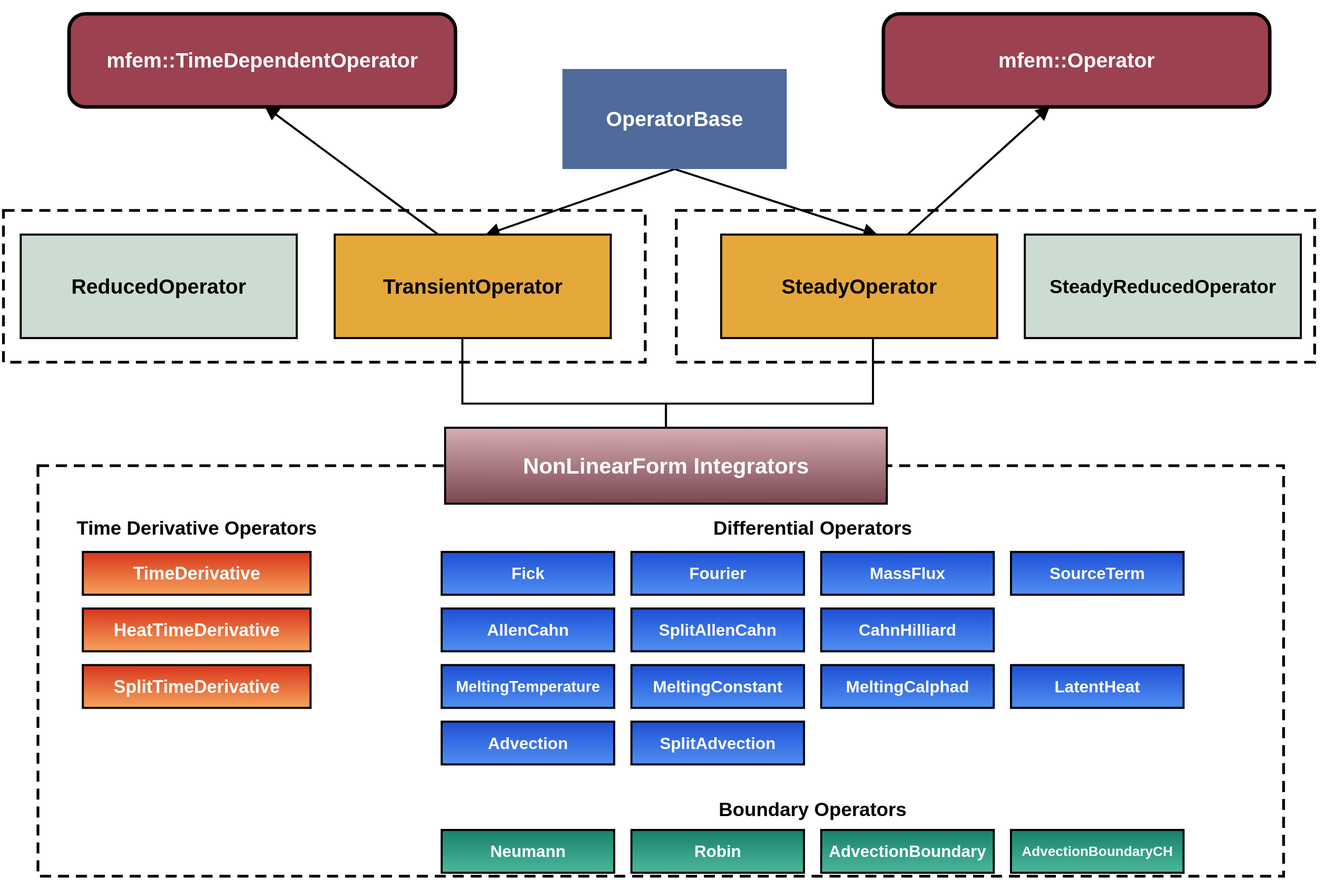
Collab4Sloth/Documentation keeps this draw.io diagram as doc/docs/img/SpecificSlothOperators.drawio.svg. Above is the earlier version. Source tidied: cells renumbered, new cells last; positions are measured from the earlier drawing's top-left corner, leaving out a move shared by most shapes. The source it was exported from:
```xml
<mxGraphModel>
  <root>
    <mxCell id="0" />
    <mxCell id="1" parent="0" />
    <mxCell id="2" style="rounded=0;whiteSpace=wrap;html=1;fillColor=none;dashed=1;dashPattern=4 2.5;strokeWidth=4;" parent="1" vertex="1">
      <mxGeometry y="285" width="930" height="220" as="geometry" />
    </mxCell>
    <mxCell id="3" style="rounded=0;whiteSpace=wrap;html=1;fillColor=none;dashed=1;dashPattern=4 2.5;strokeWidth=4;" parent="1" vertex="1">
      <mxGeometry x="975" y="285" width="925" height="220" as="geometry" />
    </mxCell>
    <mxCell id="4" style="rounded=0;whiteSpace=wrap;html=1;fillColor=none;dashed=1;dashPattern=4 2.5;strokeWidth=4;" parent="1" vertex="1">
      <mxGeometry x="50" y="655" width="1805" height="595" as="geometry" />
    </mxCell>
    <mxCell id="5" value="mfem::TimeDependentOperator" style="rounded=1;arcSize=18;whiteSpace=wrap;html=1;fillColor=#9b4150;strokeColor=#000000;strokeWidth=5;fontColor=#ffffff;fontStyle=1;fontSize=30;fontFamily=Helvetica;" parent="1" vertex="1">
      <mxGeometry x="95" width="560" height="135" as="geometry" />
    </mxCell>
    <mxCell id="6" value="OperatorBase" style="rounded=0;arcSize=18;whiteSpace=wrap;html=1;fillColor=#4f6a9b;strokeColor=none;strokeWidth=0;fontColor=#ffffff;fontStyle=1;fontSize=30;fontFamily=Helvetica;" parent="1" vertex="1">
      <mxGeometry x="810" y="80" width="325" height="145" as="geometry" />
    </mxCell>
    <mxCell id="7" value="mfem::Operator" style="rounded=1;arcSize=18;whiteSpace=wrap;html=1;fillColor=#9b4150;strokeColor=#000000;strokeWidth=5;fontColor=#ffffff;fontStyle=1;fontSize=30;fontFamily=Helvetica;" parent="1" vertex="1">
      <mxGeometry x="1275" width="560" height="135" as="geometry" />
    </mxCell>
    <mxCell id="8" value="ReducedOperator" style="rounded=0;arcSize=18;whiteSpace=wrap;html=1;fillColor=#cddcd2;strokeColor=#000000;strokeWidth=3;fontColor=#000000;fontStyle=1;fontSize=30;fontFamily=Helvetica;" parent="1" vertex="1">
      <mxGeometry x="25" y="320" width="400" height="150" as="geometry" />
    </mxCell>
    <mxCell id="9" value="TransientOperator" style="rounded=0;arcSize=18;whiteSpace=wrap;html=1;fillColor=#e5a83b;strokeColor=#000000;strokeWidth=3;fontColor=#000000;fontStyle=1;fontSize=30;fontFamily=Helvetica;" parent="1" vertex="1">
      <mxGeometry x="480" y="320" width="400" height="150" as="geometry" />
    </mxCell>
    <mxCell id="10" value="SteadyOperator" style="rounded=0;arcSize=18;whiteSpace=wrap;html=1;fillColor=#e5a83b;strokeColor=#000000;strokeWidth=3;fontColor=#000000;fontStyle=1;fontSize=30;fontFamily=Helvetica;" parent="1" vertex="1">
      <mxGeometry x="1040" y="320" width="400" height="150" as="geometry" />
    </mxCell>
    <mxCell id="11" value="SteadyReducedOperator" style="rounded=0;arcSize=18;whiteSpace=wrap;html=1;fillColor=#cddcd2;strokeColor=#000000;strokeWidth=3;fontColor=#000000;fontStyle=1;fontSize=28;fontFamily=Helvetica;" parent="1" vertex="1">
      <mxGeometry x="1480" y="320" width="400" height="150" as="geometry" />
    </mxCell>
    <mxCell id="12" value="NonLinearForm Integrators" style="rounded=0;arcSize=18;whiteSpace=wrap;html=1;fillColor=#d7adb4;strokeColor=#000000;strokeWidth=3;fontColor=#ffffff;fontStyle=1;fontSize=32;fontFamily=Helvetica;gradientColor=#7a4650;gradientDirection=south;" parent="1" vertex="1">
      <mxGeometry x="640" y="600" width="640" height="110" as="geometry" />
    </mxCell>
    <mxCell id="13" value="TimeDerivative" style="rounded=0;arcSize=18;whiteSpace=wrap;html=1;fillColor=#d8361c;strokeColor=#000000;strokeWidth=3;fontColor=#ffffff;fontStyle=1;fontSize=26;fontFamily=Helvetica;gradientColor=#f6a35b;gradientDirection=south;" parent="1" vertex="1">
      <mxGeometry x="115" y="780" width="330" height="62" as="geometry" />
    </mxCell>
    <mxCell id="14" value="HeatTimeDerivative" style="rounded=0;arcSize=18;whiteSpace=wrap;html=1;fillColor=#d8361c;strokeColor=#000000;strokeWidth=3;fontColor=#ffffff;fontStyle=1;fontSize=26;fontFamily=Helvetica;gradientColor=#f6a35b;gradientDirection=south;" parent="1" vertex="1">
      <mxGeometry x="115" y="862" width="330" height="62" as="geometry" />
    </mxCell>
    <mxCell id="15" value="SplitTimeDerivative" style="rounded=0;arcSize=18;whiteSpace=wrap;html=1;fillColor=#d8361c;strokeColor=#000000;strokeWidth=3;fontColor=#ffffff;fontStyle=1;fontSize=26;fontFamily=Helvetica;gradientColor=#f6a35b;gradientDirection=south;" parent="1" vertex="1">
      <mxGeometry x="115" y="944" width="330" height="62" as="geometry" />
    </mxCell>
    <mxCell id="16" value="Fick" style="rounded=0;arcSize=18;whiteSpace=wrap;html=1;fillColor=#1f4fd6;strokeColor=#000000;strokeWidth=3;fontColor=#ffffff;fontStyle=1;fontSize=24;fontFamily=Helvetica;gradientColor=#4f90f2;gradientDirection=south;" parent="1" vertex="1">
      <mxGeometry x="635" y="780" width="250" height="62" as="geometry" />
    </mxCell>
    <mxCell id="17" value="Fourier" style="rounded=0;arcSize=18;whiteSpace=wrap;html=1;fillColor=#1f4fd6;strokeColor=#000000;strokeWidth=3;fontColor=#ffffff;fontStyle=1;fontSize=24;fontFamily=Helvetica;gradientColor=#4f90f2;gradientDirection=south;" parent="1" vertex="1">
      <mxGeometry x="910" y="780" width="250" height="62" as="geometry" />
    </mxCell>
    <mxCell id="18" value="MassFlux" style="rounded=0;arcSize=18;whiteSpace=wrap;html=1;fillColor=#1f4fd6;strokeColor=#000000;strokeWidth=3;fontColor=#ffffff;fontStyle=1;fontSize=24;fontFamily=Helvetica;gradientColor=#4f90f2;gradientDirection=south;" parent="1" vertex="1">
      <mxGeometry x="1185" y="780" width="250" height="62" as="geometry" />
    </mxCell>
    <mxCell id="19" value="SourceTerm" style="rounded=0;arcSize=18;whiteSpace=wrap;html=1;fillColor=#1f4fd6;strokeColor=#000000;strokeWidth=3;fontColor=#ffffff;fontStyle=1;fontSize=24;fontFamily=Helvetica;gradientColor=#4f90f2;gradientDirection=south;" parent="1" vertex="1">
      <mxGeometry x="1460" y="780" width="250" height="62" as="geometry" />
    </mxCell>
    <mxCell id="20" value="AllenCahn" style="rounded=0;arcSize=18;whiteSpace=wrap;html=1;fillColor=#1f4fd6;strokeColor=#000000;strokeWidth=3;fontColor=#ffffff;fontStyle=1;fontSize=24;fontFamily=Helvetica;gradientColor=#4f90f2;gradientDirection=south;" parent="1" vertex="1">
      <mxGeometry x="635" y="862" width="250" height="62" as="geometry" />
    </mxCell>
    <mxCell id="21" value="SplitAllenCahn" style="rounded=0;arcSize=18;whiteSpace=wrap;html=1;fillColor=#1f4fd6;strokeColor=#000000;strokeWidth=3;fontColor=#ffffff;fontStyle=1;fontSize=24;fontFamily=Helvetica;gradientColor=#4f90f2;gradientDirection=south;" parent="1" vertex="1">
      <mxGeometry x="910" y="862" width="250" height="62" as="geometry" />
    </mxCell>
    <mxCell id="22" value="CahnHilliard" style="rounded=0;arcSize=18;whiteSpace=wrap;html=1;fillColor=#1f4fd6;strokeColor=#000000;strokeWidth=3;fontColor=#ffffff;fontStyle=1;fontSize=24;fontFamily=Helvetica;gradientColor=#4f90f2;gradientDirection=south;" parent="1" vertex="1">
      <mxGeometry x="1185" y="862" width="250" height="62" as="geometry" />
    </mxCell>
    <mxCell id="23" value="MeltingTemperature" style="rounded=0;arcSize=18;whiteSpace=wrap;html=1;fillColor=#1f4fd6;strokeColor=#000000;strokeWidth=3;fontColor=#ffffff;fontStyle=1;fontSize=22;fontFamily=Helvetica;gradientColor=#4f90f2;gradientDirection=south;" parent="1" vertex="1">
      <mxGeometry x="635" y="944" width="250" height="62" as="geometry" />
    </mxCell>
    <mxCell id="24" value="MeltingConstant" style="rounded=0;arcSize=18;whiteSpace=wrap;html=1;fillColor=#1f4fd6;strokeColor=#000000;strokeWidth=3;fontColor=#ffffff;fontStyle=1;fontSize=24;fontFamily=Helvetica;gradientColor=#4f90f2;gradientDirection=south;" parent="1" vertex="1">
      <mxGeometry x="910" y="944" width="250" height="62" as="geometry" />
    </mxCell>
    <mxCell id="25" value="MeltingCalphad" style="rounded=0;arcSize=18;whiteSpace=wrap;html=1;fillColor=#1f4fd6;strokeColor=#000000;strokeWidth=3;fontColor=#ffffff;fontStyle=1;fontSize=24;fontFamily=Helvetica;gradientColor=#4f90f2;gradientDirection=south;" parent="1" vertex="1">
      <mxGeometry x="1185" y="944" width="250" height="62" as="geometry" />
    </mxCell>
    <mxCell id="26" value="LatentHeat" style="rounded=0;arcSize=18;whiteSpace=wrap;html=1;fillColor=#1f4fd6;strokeColor=#000000;strokeWidth=3;fontColor=#ffffff;fontStyle=1;fontSize=24;fontFamily=Helvetica;gradientColor=#4f90f2;gradientDirection=south;" parent="1" vertex="1">
      <mxGeometry x="1460" y="944" width="250" height="62" as="geometry" />
    </mxCell>
    <mxCell id="27" value="Advection" style="rounded=0;arcSize=18;whiteSpace=wrap;html=1;fillColor=#1f4fd6;strokeColor=#000000;strokeWidth=3;fontColor=#ffffff;fontStyle=1;fontSize=24;fontFamily=Helvetica;gradientColor=#4f90f2;gradientDirection=south;" parent="1" vertex="1">
      <mxGeometry x="635" y="1026" width="250" height="62" as="geometry" />
    </mxCell>
    <mxCell id="28" value="SplitAdvection" style="rounded=0;arcSize=18;whiteSpace=wrap;html=1;fillColor=#1f4fd6;strokeColor=#000000;strokeWidth=3;fontColor=#ffffff;fontStyle=1;fontSize=24;fontFamily=Helvetica;gradientColor=#4f90f2;gradientDirection=south;" parent="1" vertex="1">
      <mxGeometry x="910" y="1026" width="250" height="62" as="geometry" />
    </mxCell>
    <mxCell id="29" value="Neumann" style="rounded=0;arcSize=18;whiteSpace=wrap;html=1;fillColor=#18806b;strokeColor=#000000;strokeWidth=3;fontColor=#ffffff;fontStyle=1;fontSize=24;fontFamily=Helvetica;gradientColor=#4cb89d;gradientDirection=south;" parent="1" vertex="1">
      <mxGeometry x="635" y="1183" width="250" height="62" as="geometry" />
    </mxCell>
    <mxCell id="30" value="Robin" style="rounded=0;arcSize=18;whiteSpace=wrap;html=1;fillColor=#18806b;strokeColor=#000000;strokeWidth=3;fontColor=#ffffff;fontStyle=1;fontSize=24;fontFamily=Helvetica;gradientColor=#4cb89d;gradientDirection=south;" parent="1" vertex="1">
      <mxGeometry x="910" y="1183" width="250" height="62" as="geometry" />
    </mxCell>
    <mxCell id="31" value="AdvectionBoundary" style="rounded=0;arcSize=18;whiteSpace=wrap;html=1;fillColor=#18806b;strokeColor=#000000;strokeWidth=3;fontColor=#ffffff;fontStyle=1;fontSize=24;fontFamily=Helvetica;gradientColor=#4cb89d;gradientDirection=south;" parent="1" vertex="1">
      <mxGeometry x="1185" y="1183" width="250" height="62" as="geometry" />
    </mxCell>
    <mxCell id="32" value="AdvectionBoundaryCH" style="rounded=0;arcSize=18;whiteSpace=wrap;html=1;fillColor=#18806b;strokeColor=#000000;strokeWidth=3;fontColor=#ffffff;fontStyle=1;fontSize=20;fontFamily=Helvetica;gradientColor=#4cb89d;gradientDirection=south;" parent="1" vertex="1">
      <mxGeometry x="1460" y="1183" width="250" height="62" as="geometry" />
    </mxCell>
    <mxCell id="33" value="Time Derivative Operators" style="text;html=1;align=center;verticalAlign=middle;fontStyle=1;fontSize=28;fontColor=#000000;fontFamily=Helvetica;" parent="1" vertex="1">
      <mxGeometry x="65" y="720" width="430" height="50" as="geometry" />
    </mxCell>
    <mxCell id="34" value="Differential Operators" style="text;html=1;align=center;verticalAlign=middle;fontStyle=1;fontSize=28;fontColor=#000000;fontFamily=Helvetica;" parent="1" vertex="1">
      <mxGeometry x="635" y="720" width="1075" height="50" as="geometry" />
    </mxCell>
    <mxCell id="35" value="Boundary Operators" style="text;html=1;align=center;verticalAlign=middle;fontStyle=1;fontSize=28;fontColor=#000000;fontFamily=Helvetica;" parent="1" vertex="1">
      <mxGeometry x="635" y="1128" width="1075" height="50" as="geometry" />
    </mxCell>
    <mxCell id="36" style="endArrow=classic;endFill=1;html=1;strokeWidth=3;rounded=0;edgeStyle=none;exitX=0.3750;exitY=0.0000;exitDx=0;exitDy=0;entryX=0.5089;entryY=1.0000;entryDx=0;entryDy=0;" parent="1" edge="1" source="9" target="5">
      <mxGeometry relative="1" as="geometry" />
    </mxCell>
    <mxCell id="37" style="endArrow=classic;endFill=1;html=1;strokeWidth=3;rounded=0;edgeStyle=none;exitX=0.6750;exitY=0.0000;exitDx=0;exitDy=0;entryX=0.4286;entryY=1.0000;entryDx=0;entryDy=0;" parent="1" edge="1" source="10" target="7">
      <mxGeometry relative="1" as="geometry" />
    </mxCell>
    <mxCell id="38" style="endArrow=classic;endFill=1;html=1;strokeWidth=3;rounded=0;edgeStyle=none;exitX=0.5000;exitY=1.0000;exitDx=0;exitDy=0;entryX=0.5500;entryY=0.0000;entryDx=0;entryDy=0;" parent="1" edge="1" source="6" target="9">
      <mxGeometry relative="1" as="geometry" />
    </mxCell>
    <mxCell id="39" style="endArrow=classic;endFill=1;html=1;strokeWidth=3;rounded=0;edgeStyle=none;exitX=0.5000;exitY=1.0000;exitDx=0;exitDy=0;entryX=0.5625;entryY=0.0000;entryDx=0;entryDy=0;" parent="1" edge="1" source="6" target="10">
      <mxGeometry relative="1" as="geometry" />
    </mxCell>
    <mxCell id="40" style="endArrow=none;endFill=1;html=1;strokeWidth=3;rounded=0;edgeStyle=none;exitX=0.4625;exitY=1.0000;exitDx=0;exitDy=0;entryX=0.5000;entryY=0.0000;entryDx=0;entryDy=0;" parent="1" edge="1" source="9" target="12">
      <mxGeometry relative="1" as="geometry">
        <Array as="points">
          <mxPoint x="665" y="565" />
          <mxPoint x="960" y="565" />
        </Array>
      </mxGeometry>
    </mxCell>
    <mxCell id="41" style="endArrow=none;endFill=1;html=1;strokeWidth=3;rounded=0;edgeStyle=none;exitX=0.5500;exitY=1.0000;exitDx=0;exitDy=0;entryX=0.5000;entryY=0.0000;entryDx=0;entryDy=0;" parent="1" edge="1" source="10" target="12">
      <mxGeometry relative="1" as="geometry">
        <Array as="points">
          <mxPoint x="1260" y="565" />
          <mxPoint x="960" y="565" />
        </Array>
      </mxGeometry>
    </mxCell>
  </root>
</mxGraphModel>
```
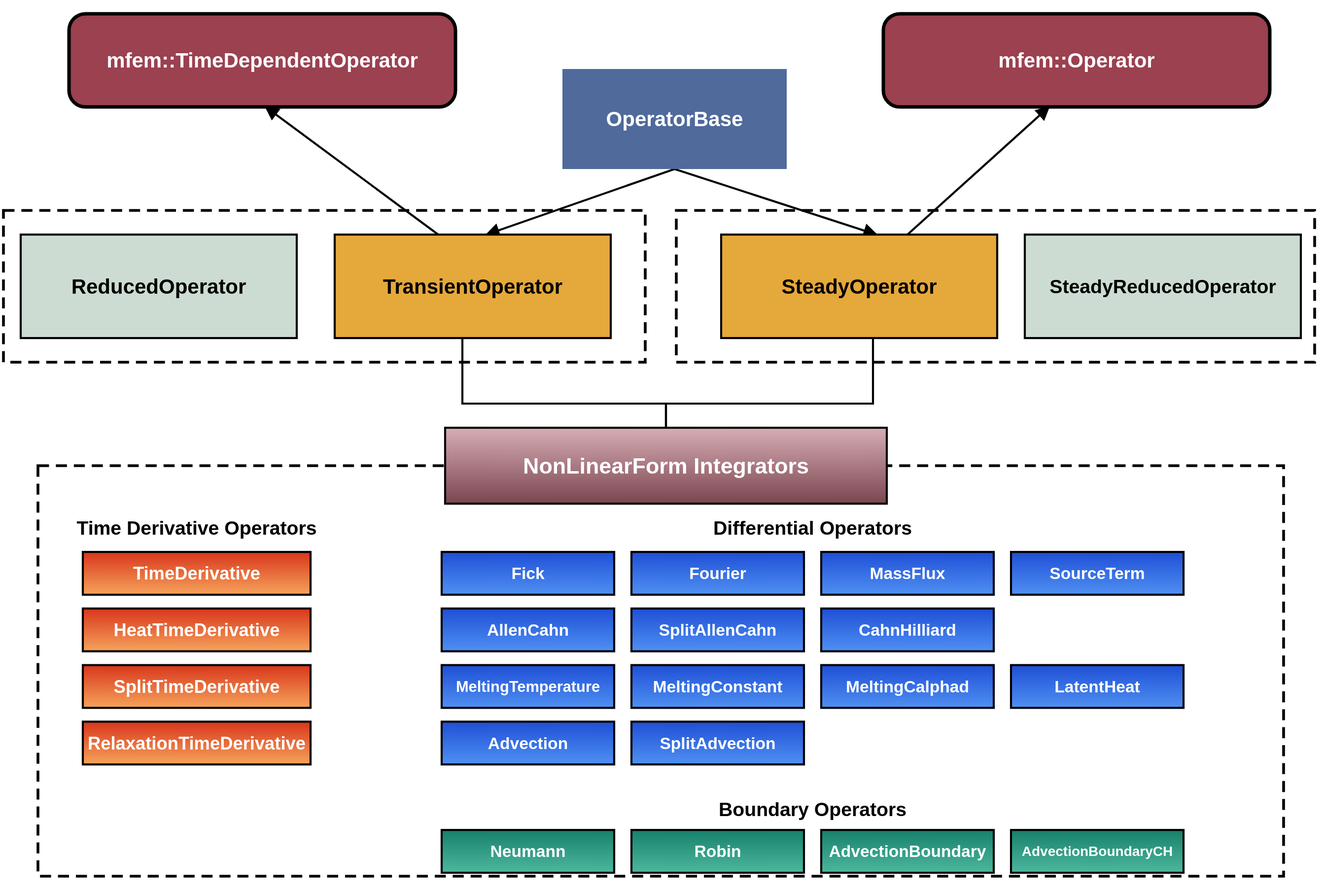
The same file after the commit.

Diff of the diagram source:
```diff
@@ -44,6 +44,9 @@
     <mxCell id="15" value="SplitTimeDerivative" style="rounded=0;arcSize=18;whiteSpace=wrap;html=1;fillColor=#d8361c;strokeColor=#000000;strokeWidth=3;fontColor=#ffffff;fontStyle=1;fontSize=26;fontFamily=Helvetica;gradientColor=#f6a35b;gradientDirection=south;" parent="1" vertex="1">
       <mxGeometry x="115" y="944" width="330" height="62" as="geometry" />
     </mxCell>
+    <mxCell id="42" value="RelaxationTimeDerivative" style="rounded=0;arcSize=18;whiteSpace=wrap;html=1;fillColor=#d8361c;strokeColor=#000000;strokeWidth=3;fontColor=#ffffff;fontStyle=1;fontSize=26;fontFamily=Helvetica;gradientColor=#f6a35b;gradientDirection=south;" parent="1" vertex="1">
+      <mxGeometry x="115" y="1026" width="330" height="62" as="geometry" />
+    </mxCell>
     <mxCell id="16" value="Fick" style="rounded=0;arcSize=18;whiteSpace=wrap;html=1;fillColor=#1f4fd6;strokeColor=#000000;strokeWidth=3;fontColor=#ffffff;fontStyle=1;fontSize=24;fontFamily=Helvetica;gradientColor=#4f90f2;gradientDirection=south;" parent="1" vertex="1">
       <mxGeometry x="635" y="780" width="250" height="62" as="geometry" />
     </mxCell>
```
